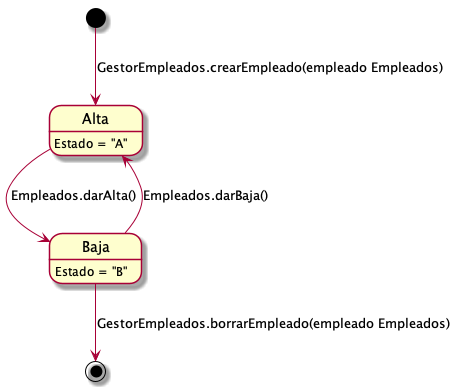
Earlier version of the PlantUML export Informe Final/Imagenes/DiagramasEstado/DiagramaDeEstado/empleados.png (ZMGestion/DocumentacionZMGestion).
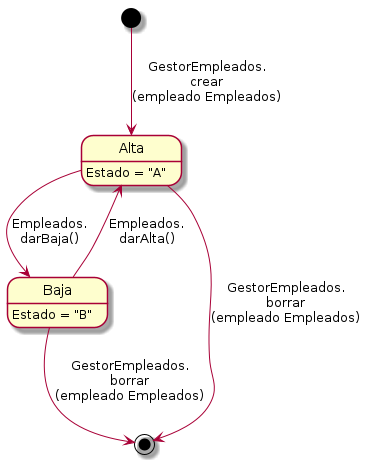
The same diagram one commit later.

Diff of the diagram source:
```diff
@@ -3,9 +3,10 @@
 Baja: Estado = "B"
 
 top to bottom direction
-[*] --> Alta: GestorEmpleados.crearEmpleado(empleado Empleados)
-Baja --> [*]: GestorEmpleados.borrarEmpleado(empleado Empleados)
-Alta --> Baja: Empleados.darAlta()
-Baja --> Alta: Empleados.darBaja()
+[*] --> Alta: GestorEmpleados.\ncrear\n(empleado Empleados)
+Alta --> [*]: GestorEmpleados.\nborrar\n(empleado Empleados)
+Baja --> [*]: GestorEmpleados.\nborrar\n(empleado Empleados)
+Alta --> Baja: Empleados.\ndarBaja()
+Baja --> Alta: Empleados.\ndarAlta()
 
 @enduml
```
